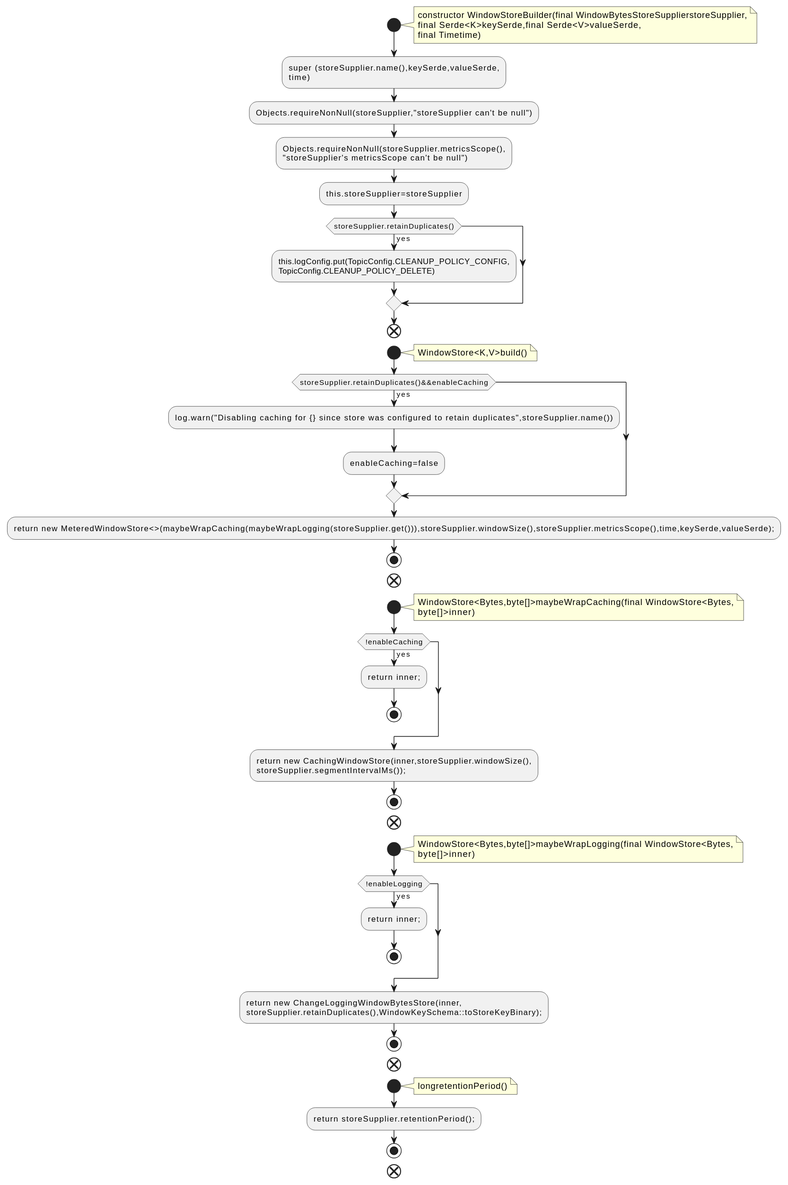
qualitesys/kafka keeps this PlantUML diagram as docs/qc/streams/src/main/java/org/apache/kafka/streams/state/internals/WindowStoreBuilder.java.fct.svg. Above is the earlier version.
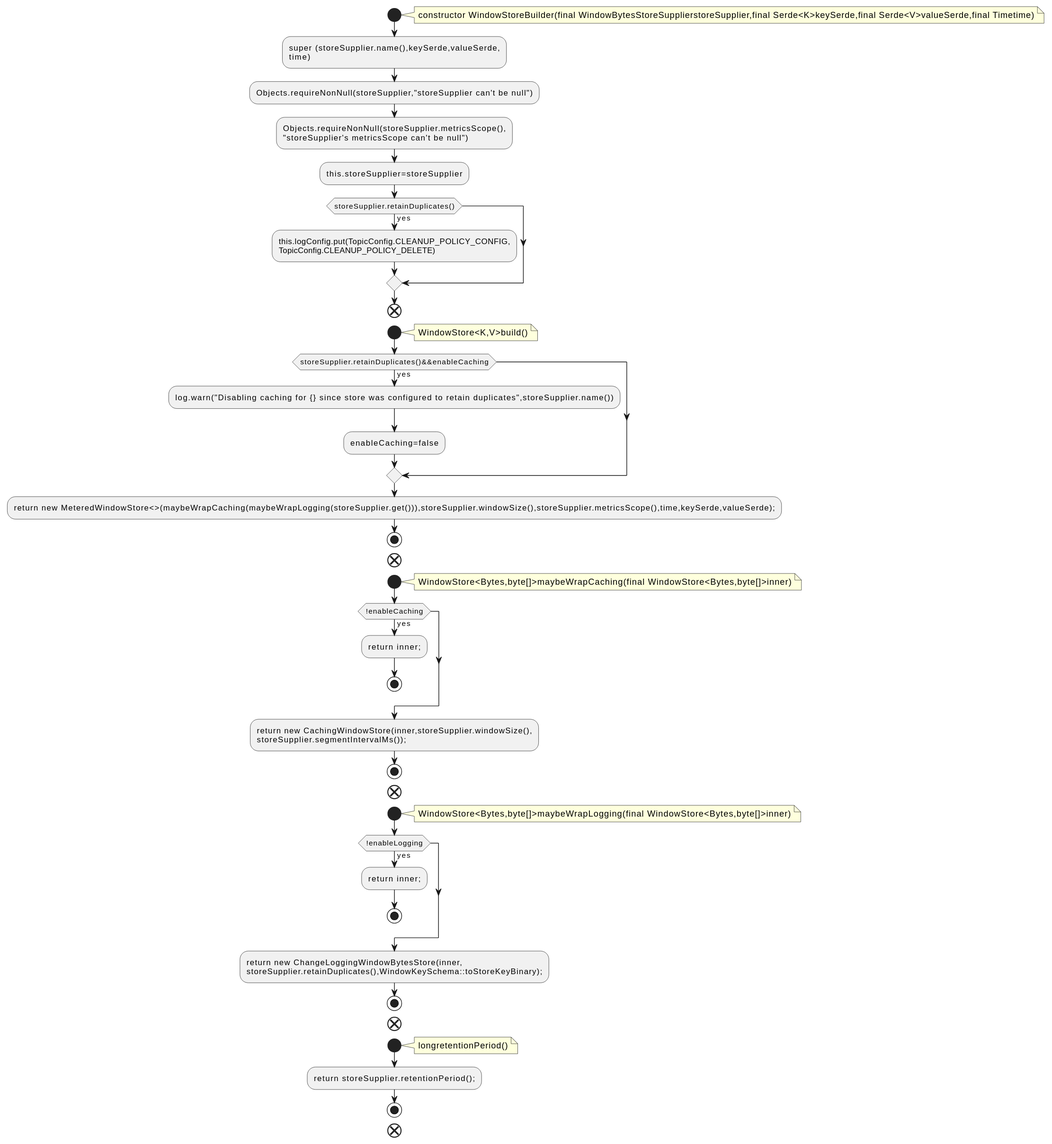
After the change.

What changed in the source:
```diff
@@ -2,9 +2,7 @@
 !pragma layout smetana
 start
 note right
-constructor WindowStoreBuilder(final WindowBytesStoreSupplierstoreSupplier,
-final Serde<K>keySerde,final Serde<V>valueSerde,
-final Timetime)
+constructor WindowStoreBuilder(final WindowBytesStoreSupplierstoreSupplier,final Serde<K>keySerde,final Serde<V>valueSerde,final Timetime)
 end note
 :super (storeSupplier.name(),keySerde,valueSerde,
 time);
@@ -30,8 +28,7 @@
 end
 start
 note right
-WindowStore<Bytes,byte[]>maybeWrapCaching(final WindowStore<Bytes,
-byte[]>inner)
+WindowStore<Bytes,byte[]>maybeWrapCaching(final WindowStore<Bytes,byte[]>inner)
 end note
 if (!enableCaching) then (yes)
 :return inner;;
@@ -43,8 +40,7 @@
 end
 start
 note right
-WindowStore<Bytes,byte[]>maybeWrapLogging(final WindowStore<Bytes,
-byte[]>inner)
+WindowStore<Bytes,byte[]>maybeWrapLogging(final WindowStore<Bytes,byte[]>inner)
 end note
 if (!enableLogging) then (yes)
 :return inner;;
```
